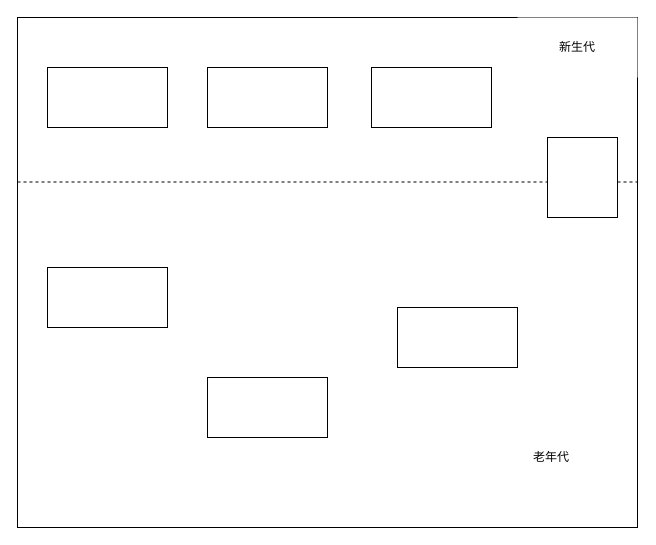
Earlier version of the draw.io diagram HotSpot的几种垃圾收集器.drawio (wushengqiang/mydoc). Source tidied: cells renumbered, new cells numbered last; positions are measured from the earlier drawing's top-left corner, leaving out a move shared by most shapes. Both pictures are drawn from the tidied source at 100%, with x=0, y=0 at pixel (17, 17).
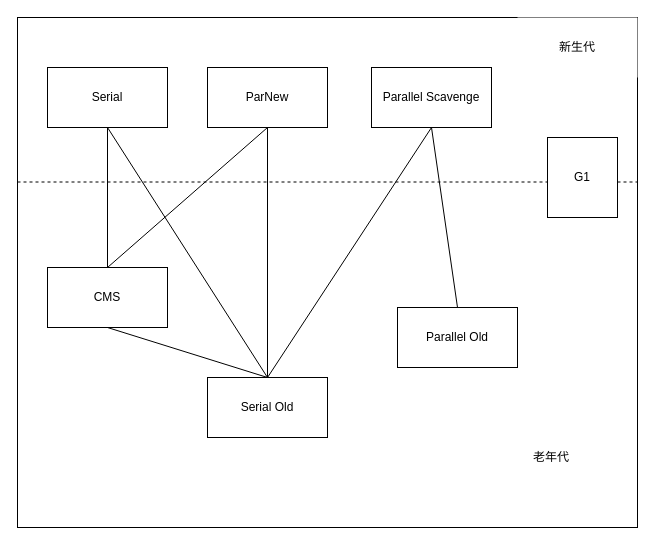
Above is the later version.

Commit message (it also covers changes not shown here):
更新HotSpot的几种垃圾收集器.drawio

Change to the diagram source:
```diff
@@
-    <mxCell id="4" style="rounded=0;whiteSpace=wrap;html=1;" parent="1" vertex="1">
+    <mxCell id="4" value="Serial" style="rounded=0;whiteSpace=wrap;html=1;" parent="1" vertex="1">
       <mxGeometry x="30" y="50" width="120" height="60" as="geometry" />
     </mxCell>
-    <mxCell id="5" style="rounded=0;whiteSpace=wrap;html=1;" parent="1" vertex="1">
+    <mxCell id="5" value="ParNew" style="rounded=0;whiteSpace=wrap;html=1;" parent="1" vertex="1">
       <mxGeometry x="190" y="50" width="120" height="60" as="geometry" />
     </mxCell>
-    <mxCell id="6" style="rounded=0;whiteSpace=wrap;html=1;" parent="1" vertex="1">
+    <mxCell id="6" value="Parallel Scavenge" style="rounded=0;whiteSpace=wrap;html=1;" parent="1" vertex="1">
       <mxGeometry x="354" y="50" width="120" height="60" as="geometry" />
     </mxCell>
@@
-    <mxCell id="8" style="rounded=0;whiteSpace=wrap;html=1;" parent="1" vertex="1">
+    <mxCell id="8" value="G1" style="rounded=0;whiteSpace=wrap;html=1;" parent="1" vertex="1">
       <mxGeometry x="530" y="120" width="70" height="80" as="geometry" />
     </mxCell>
-    <mxCell id="9" style="rounded=0;whiteSpace=wrap;html=1;" parent="1" vertex="1">
+    <mxCell id="9" value="CMS" style="rounded=0;whiteSpace=wrap;html=1;" parent="1" vertex="1">
       <mxGeometry x="30" y="250" width="120" height="60" as="geometry" />
     </mxCell>
-    <mxCell id="10" style="rounded=0;whiteSpace=wrap;html=1;" parent="1" vertex="1">
+    <mxCell id="10" value="Serial Old" style="rounded=0;whiteSpace=wrap;html=1;" parent="1" vertex="1">
       <mxGeometry x="190" y="360" width="120" height="60" as="geometry" />
     </mxCell>
-    <mxCell id="11" style="rounded=0;whiteSpace=wrap;html=1;" parent="1" vertex="1">
+    <mxCell id="11" value="Parallel Old" style="rounded=0;whiteSpace=wrap;html=1;" parent="1" vertex="1">
       <mxGeometry x="380" y="290" width="120" height="60" as="geometry" />
     </mxCell>
@@
+    <mxCell id="13" style="endArrow=none;html=1;entryX=0.5;entryY=1;entryDx=0;entryDy=0;exitX=0.5;exitY=0;exitDx=0;exitDy=0;" parent="1" edge="1" source="9" target="4">
+      <mxGeometry relative="1" as="geometry" />
+    </mxCell>
+    <mxCell id="14" style="endArrow=none;html=1;exitX=0.5;exitY=0;exitDx=0;exitDy=0;" parent="1" edge="1" source="10">
+      <mxGeometry relative="1" as="geometry">
+        <mxPoint x="90" y="110" as="targetPoint" />
+      </mxGeometry>
+    </mxCell>
+    <mxCell id="15" style="endArrow=none;html=1;entryX=0.5;entryY=1;entryDx=0;entryDy=0;exitX=0.5;exitY=0;exitDx=0;exitDy=0;" parent="1" edge="1" source="10" target="9">
+      <mxGeometry relative="1" as="geometry" />
+    </mxCell>
+    <mxCell id="16" style="endArrow=none;html=1;entryX=0.5;entryY=1;entryDx=0;entryDy=0;exitX=0.5;exitY=0;exitDx=0;exitDy=0;" parent="1" edge="1" source="9" target="5">
+      <mxGeometry relative="1" as="geometry" />
+    </mxCell>
+    <mxCell id="17" style="endArrow=none;html=1;exitX=0.5;exitY=0;exitDx=0;exitDy=0;" parent="1" edge="1" source="10">
+      <mxGeometry relative="1" as="geometry">
+        <mxPoint x="250" y="110" as="targetPoint" />
+      </mxGeometry>
+    </mxCell>
+    <mxCell id="18" style="endArrow=none;html=1;entryX=0.5;entryY=1;entryDx=0;entryDy=0;exitX=0.5;exitY=0;exitDx=0;exitDy=0;" parent="1" edge="1" source="10" target="6">
+      <mxGeometry relative="1" as="geometry" />
+    </mxCell>
+    <mxCell id="19" style="endArrow=none;html=1;entryX=0.5;entryY=1;entryDx=0;entryDy=0;exitX=0.5;exitY=0;exitDx=0;exitDy=0;" parent="1" edge="1" source="11" target="6">
+      <mxGeometry relative="1" as="geometry" />
+    </mxCell>
```
